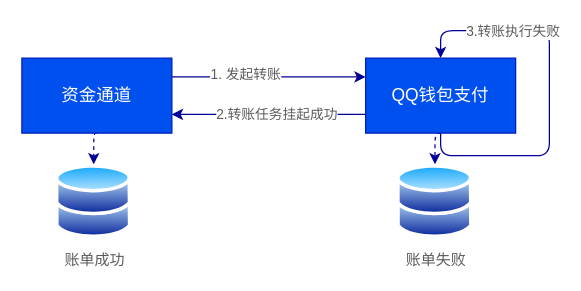
The draw.io diagram page "Page-2" (2 of 2) of Untitled Diagram.drawio in wutongshu1993/blog, before the edit. Source tidied: cells renumbered, new cells numbered last; positions are measured from the earlier drawing's top-left corner, leaving out a move shared by most shapes. Both pictures are drawn from the tidied source at 125%, with x=0, y=0 at pixel (21, 30).
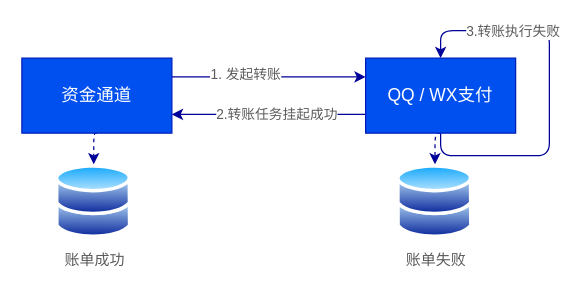
The same page after the edit.

The edit, as a diff of the source:
```diff
@@
 <mxGraphModel>
   <root>
     <mxCell id="0" />
     <mxCell id="1" parent="0" />
     <mxCell id="2" style="edgeStyle=orthogonalEdgeStyle;curved=0;rounded=1;sketch=0;jettySize=auto;html=1;exitX=1;exitY=0.25;exitDx=0;exitDy=0;entryX=0;entryY=0.25;entryDx=0;entryDy=0;fontColor=#5C5C5C;strokeColor=#000099;fillColor=#21C0A5;strokeWidth=1;" parent="1" edge="1" source="5" target="11">
       <mxGeometry relative="1" as="geometry" />
     </mxCell>
     <mxCell id="3" value="1. 发起转账" style="edgeLabel;html=1;align=center;verticalAlign=middle;fontColor=#5C5C5C;" parent="2" vertex="1">
       <mxGeometry x="-0.25" y="2" relative="1" as="geometry" />
     </mxCell>
     <mxCell id="4" style="edgeStyle=orthogonalEdgeStyle;curved=0;rounded=1;sketch=0;jettySize=auto;html=1;exitX=0.5;exitY=1;exitDx=0;exitDy=0;entryX=0.5;entryY=0;entryDx=0;entryDy=0;fontColor=#5C5C5C;strokeColor=#000099;strokeWidth=1;fillColor=#21C0A5;dashed=1;" parent="1" edge="1" source="5" target="12">
       <mxGeometry relative="1" as="geometry" />
     </mxCell>
     <mxCell id="5" value="&lt;font style=&quot;font-size: 14px&quot;&gt;资金通道&lt;/font&gt;" style="rounded=0;whiteSpace=wrap;html=1;sketch=0;fontColor=#ffffff;strokeColor=#001DBC;fillColor=#0050ef;" parent="1" vertex="1">
       <mxGeometry y="22" width="120" height="60" as="geometry" />
     </mxCell>
     <mxCell id="6" style="edgeStyle=orthogonalEdgeStyle;curved=0;rounded=1;sketch=0;jettySize=auto;html=1;exitX=0;exitY=0.75;exitDx=0;exitDy=0;entryX=1;entryY=0.75;entryDx=0;entryDy=0;fontColor=#5C5C5C;strokeColor=#000099;fillColor=#21C0A5;strokeWidth=1;" parent="1" edge="1" source="11" target="5">
       <mxGeometry relative="1" as="geometry" />
     </mxCell>
     <mxCell id="7" value="2.转账任务挂起成功" style="edgeLabel;html=1;align=center;verticalAlign=middle;fontColor=#5C5C5C;" parent="6" vertex="1">
       <mxGeometry x="0.41" y="-1" relative="1" as="geometry">
         <mxPoint x="37" as="offset" />
       </mxGeometry>
     </mxCell>
     <mxCell id="8" style="edgeStyle=orthogonalEdgeStyle;curved=0;rounded=1;sketch=0;orthogonalLoop=1;jettySize=auto;html=1;exitX=0.5;exitY=1;exitDx=0;exitDy=0;fontColor=#5C5C5C;strokeColor=#000099;fillColor=#21C0A5;strokeWidth=1;entryX=0.5;entryY=0;entryDx=0;entryDy=0;" parent="1" edge="1" source="11" target="11">
       <mxGeometry relative="1" as="geometry">
         <Array as="points">
           <mxPoint x="335" y="100" />
           <mxPoint x="422" y="100" />
           <mxPoint x="422" />
           <mxPoint x="335" />
         </Array>
       </mxGeometry>
     </mxCell>
     <mxCell id="9" value="3.转账执行失败" style="edgeLabel;html=1;align=center;verticalAlign=middle;fontColor=#5C5C5C;" parent="8" vertex="1">
       <mxGeometry x="0.08" relative="1" as="geometry">
         <mxPoint x="-30" y="-35" as="offset" />
       </mxGeometry>
     </mxCell>
     <mxCell id="10" style="edgeStyle=orthogonalEdgeStyle;curved=0;rounded=1;sketch=0;jettySize=auto;html=1;exitX=0.5;exitY=1;exitDx=0;exitDy=0;entryX=0.5;entryY=0;entryDx=0;entryDy=0;dashed=1;fontColor=#5C5C5C;strokeColor=#000099;strokeWidth=1;fillColor=#21C0A5;" parent="1" edge="1" source="11" target="13">
       <mxGeometry relative="1" as="geometry" />
     </mxCell>
-    <mxCell id="11" value="&lt;font style=&quot;font-size: 14px&quot;&gt;QQ钱包支付&lt;/font&gt;" style="rounded=0;whiteSpace=wrap;html=1;sketch=0;fontColor=#ffffff;strokeColor=#001DBC;fillColor=#0050ef;" parent="1" vertex="1">
+    <mxCell id="11" value="&lt;font style=&quot;font-size: 14px&quot;&gt;QQ / WX支付&lt;/font&gt;" style="rounded=0;whiteSpace=wrap;html=1;sketch=0;fontColor=#ffffff;strokeColor=#001DBC;fillColor=#0050ef;" parent="1" vertex="1">
       <mxGeometry x="275" y="22" width="120" height="60" as="geometry" />
     </mxCell>
     <mxCell id="12" value="账单成功" style="perimeter=ellipsePerimeter;html=1;align=center;shadow=0;dashed=0;spacingTop=3;image;image=img/lib/active_directory/databases.svg;rounded=0;sketch=0;fontColor=#5C5C5C;strokeColor=#006658;fillColor=#21C0A5;" parent="1" vertex="1">
       <mxGeometry x="27" y="107" width="61" height="59.8" as="geometry" />
     </mxCell>
     <mxCell id="13" value="账单失败" style="perimeter=ellipsePerimeter;html=1;align=center;shadow=0;dashed=0;spacingTop=3;image;image=img/lib/active_directory/databases.svg;rounded=0;sketch=0;fontColor=#5C5C5C;strokeColor=#006658;fillColor=#21C0A5;" parent="1" vertex="1">
       <mxGeometry x="300" y="107" width="61" height="59.8" as="geometry" />
     </mxCell>
   </root>
 </mxGraphModel>
```
